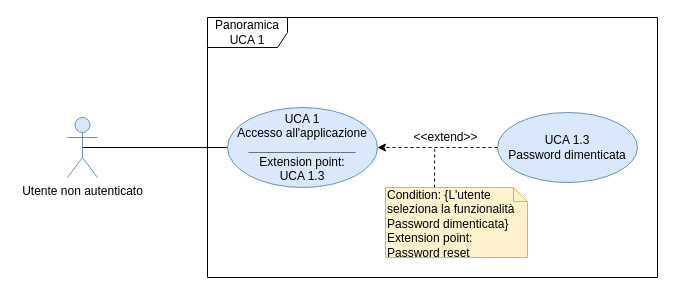
Above: page "Page-1" (1 of 2) of DocumentazioneEsterna/AnalisiDeiRequisiti/Sezioni/UseCase/draw.io/UC APP/Panoramica UCA 1.drawio in qb-team/Stalker-Documentazione (draw.io), before the change. Source tidied: cells renumbered, new cells numbered last; positions are measured from the earlier drawing's top-left corner, leaving out a move shared by most shapes. Both pictures are drawn from the tidied source at 100%, with x=0, y=0 at pixel (67, 17).
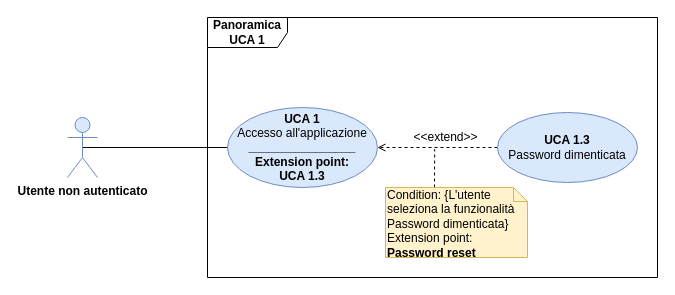
After the change.

Change to the diagram source:
```diff
@@
 <mxGraphModel>
   <root>
     <mxCell id="0" />
     <mxCell id="1" parent="0" />
-    <mxCell id="2" value="Panoramica UCA 1" style="shape=umlFrame;whiteSpace=wrap;html=1;width=80;height=30;" parent="1" vertex="1">
+    <mxCell id="2" value="&lt;b&gt;Panoramica UCA 1&lt;/b&gt;" style="shape=umlFrame;whiteSpace=wrap;html=1;width=80;height=30;" parent="1" vertex="1">
       <mxGeometry x="140" width="450" height="260" as="geometry" />
     </mxCell>
     <mxCell id="3" style="edgeStyle=orthogonalEdgeStyle;rounded=0;jettySize=auto;html=1;exitX=0.5;exitY=0.5;exitDx=0;exitDy=0;exitPerimeter=0;entryX=0;entryY=0.5;entryDx=0;entryDy=0;endArrow=none;endFill=0;" parent="1" edge="1" source="4" target="5">
       <mxGeometry relative="1" as="geometry">
         <Array as="points">
           <mxPoint x="210" y="130" />
         </Array>
       </mxGeometry>
     </mxCell>
-    <mxCell id="4" value="Utente non autenticato" style="shape=umlActor;verticalLabelPosition=bottom;labelBackgroundColor=#ffffff;verticalAlign=top;html=1;fillColor=#dae8fc;strokeColor=#6c8ebf;" parent="1" vertex="1">
+    <mxCell id="4" value="&lt;b&gt;Utente non autenticato&lt;/b&gt;" style="shape=umlActor;verticalLabelPosition=bottom;labelBackgroundColor=#ffffff;verticalAlign=top;html=1;fillColor=#dae8fc;strokeColor=#6c8ebf;" parent="1" vertex="1">
       <mxGeometry y="100" width="30" height="60" as="geometry" />
     </mxCell>
-    <mxCell id="5" value="UCA 1&lt;br&gt;Accesso all'applicazione&lt;br&gt;&lt;b&gt;________________&lt;br&gt;&lt;/b&gt;Extension point:&lt;br&gt;UCA 1.3" style="ellipse;whiteSpace=wrap;html=1;fillColor=#dae8fc;strokeColor=#6c8ebf;" parent="1" vertex="1">
+    <mxCell id="5" value="&lt;b&gt;UCA 1&lt;br&gt;&lt;/b&gt;Accesso all'applicazione&lt;br&gt;&lt;b&gt;________________&lt;br&gt;Extension point:&lt;br&gt;UCA 1.3&lt;/b&gt;" style="ellipse;whiteSpace=wrap;html=1;fillColor=#dae8fc;strokeColor=#6c8ebf;" parent="1" vertex="1">
       <mxGeometry x="160" y="90" width="150" height="80" as="geometry" />
     </mxCell>
-    <mxCell id="6" style="edgeStyle=orthogonalEdgeStyle;rounded=0;jettySize=auto;html=1;dashed=1;" parent="1" edge="1" source="7" target="5">
+    <mxCell id="6" style="edgeStyle=orthogonalEdgeStyle;rounded=0;jettySize=auto;html=1;dashed=1;endArrow=open;endFill=0;" parent="1" edge="1" source="7" target="5">
       <mxGeometry relative="1" as="geometry" />
     </mxCell>
-    <mxCell id="7" value="UCA 1.3&lt;br&gt;Password dimenticata" style="ellipse;whiteSpace=wrap;html=1;fillColor=#dae8fc;strokeColor=#6c8ebf;" parent="1" vertex="1">
+    <mxCell id="7" value="&lt;b&gt;UCA 1.3&lt;br&gt;&lt;/b&gt;Password dimenticata" style="ellipse;whiteSpace=wrap;html=1;fillColor=#dae8fc;strokeColor=#6c8ebf;" parent="1" vertex="1">
       <mxGeometry x="430" y="95" width="140" height="70" as="geometry" />
     </mxCell>
     <mxCell id="8" value="&amp;lt;&amp;lt;extend&amp;gt;&amp;gt;" style="text;html=1;align=center;verticalAlign=middle;points=[];" parent="1" vertex="1">
       <mxGeometry x="338" y="110" width="80" height="20" as="geometry" />
     </mxCell>
     <mxCell id="9" style="endArrow=none;dashed=1;html=1;entryX=0.365;entryY=1.08;entryDx=0;entryDy=0;entryPerimeter=0;" parent="1" edge="1" target="8">
       <mxGeometry relative="1" as="geometry">
         <mxPoint x="367" y="170" as="sourcePoint" />
       </mxGeometry>
     </mxCell>
-    <mxCell id="10" value="Condition: {L'utente seleziona la funzionalità Password dimenticata}&lt;br&gt;Extension point: Password reset" style="shape=note;whiteSpace=wrap;html=1;size=14;verticalAlign=top;align=left;spacingTop=-6;fillColor=#fff2cc;strokeColor=#d6b656;" parent="1" vertex="1">
+    <mxCell id="10" value="Condition: {L'utente seleziona la funzionalità Password dimenticata}&lt;br&gt;Extension point: &lt;b&gt;Password reset&lt;/b&gt;" style="shape=note;whiteSpace=wrap;html=1;size=14;verticalAlign=top;align=left;spacingTop=-6;fillColor=#fff2cc;strokeColor=#d6b656;" parent="1" vertex="1">
       <mxGeometry x="318" y="170" width="142" height="70" as="geometry" />
     </mxCell>
   </root>
 </mxGraphModel>
```
